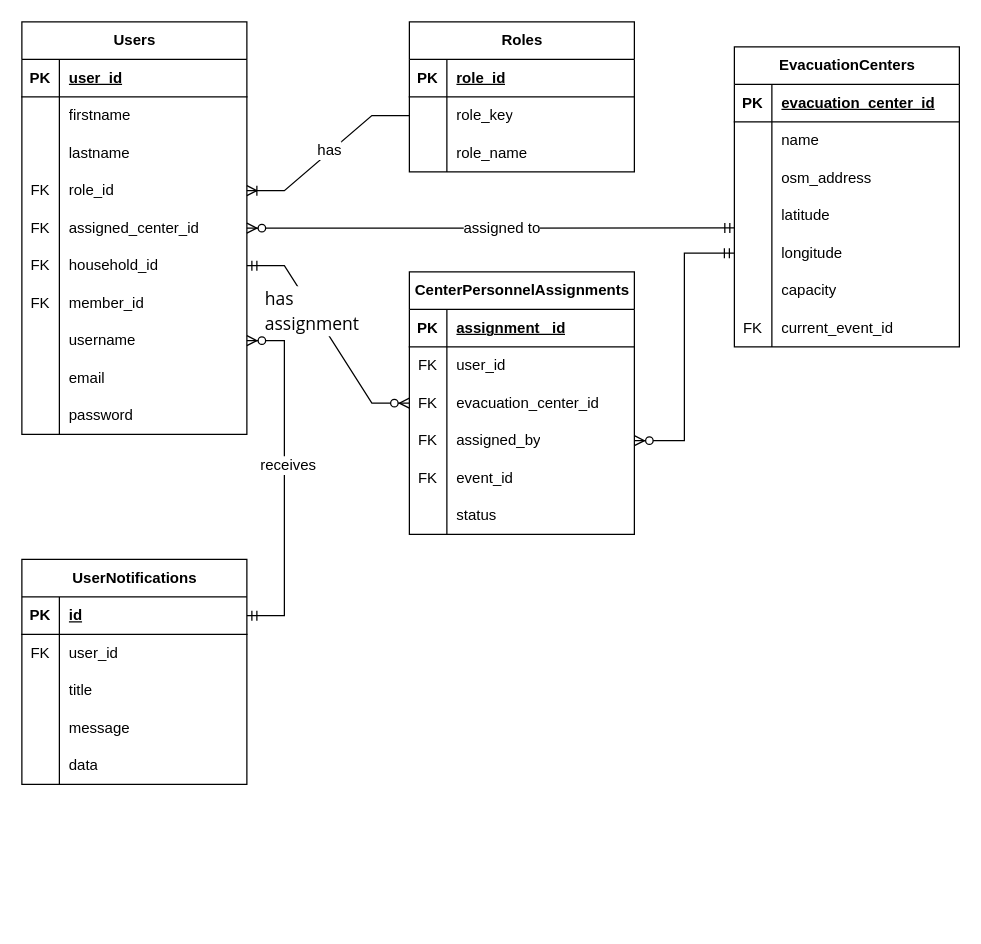
Earlier version of the draw.io diagram page "ERD" (3 of 3) of docs/sys.drawio (klint-droid/EvaTrack). Source tidied: cells renumbered, new cells numbered last; positions are measured from the earlier drawing's top-left corner, leaving out a move shared by most shapes. Both pictures are drawn from the tidied source at 125%, with x=0, y=0 at pixel (21, 21).
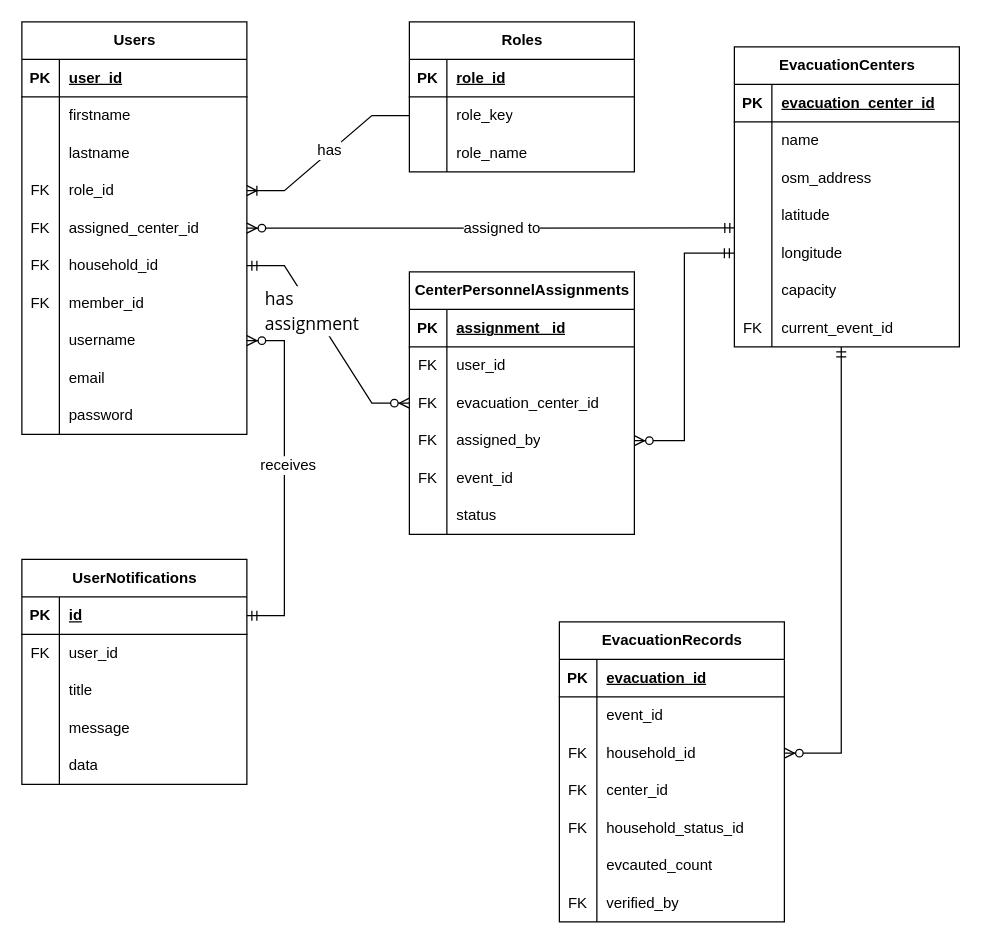
The same page after the edit.

Unchanged cells that the change refers to:
```xml
<mxCell id="103" style="shape=tableRow;horizontal=0;startSize=0;swimlaneHead=0;swimlaneBody=0;fillColor=none;points=[[0,0.5],[1,0.5]];portConstraint=eastwest;top=0;left=0;right=0;bottom=0;" parent="84" vertex="1">
  <mxGeometry y="210" width="180" height="30" as="geometry" />
</mxCell>
```

What changed in the source:
```diff
@@
+    <mxCell id="109" value="EvacuationRecords" style="shape=table;startSize=30;childLayout=tableLayout;rowLines=0;fontStyle=1;align=center;html=1;" parent="1" vertex="1">
+      <mxGeometry x="430" y="480" width="180" height="240" as="geometry" />
+    </mxCell>
+    <mxCell id="110" style="shape=tableRow;horizontal=0;startSize=0;swimlaneHead=0;swimlaneBody=0;fillColor=none;top=0;left=0;right=0;bottom=1;" parent="109" vertex="1">
+      <mxGeometry y="30" width="180" height="30" as="geometry" />
+    </mxCell>
+    <mxCell id="111" value="PK" style="shape=partialRectangle;fillColor=none;top=0;left=0;bottom=0;right=0;fontStyle=1;overflow=hidden;whiteSpace=wrap;html=1;" parent="110" vertex="1">
+      <mxGeometry width="30" height="30" as="geometry" />
+    </mxCell>
+    <mxCell id="112" value="evacuation_id" style="shape=partialRectangle;fillColor=none;top=0;left=0;bottom=0;right=0;align=left;spacingLeft=6;fontStyle=5;overflow=hidden;whiteSpace=wrap;html=1;" parent="110" vertex="1">
+      <mxGeometry x="30" width="150" height="30" as="geometry" />
+    </mxCell>
+    <mxCell id="113" style="shape=tableRow;horizontal=0;startSize=0;swimlaneHead=0;swimlaneBody=0;fillColor=none;top=0;left=0;right=0;bottom=0;" parent="109" vertex="1">
+      <mxGeometry y="60" width="180" height="30" as="geometry" />
+    </mxCell>
+    <mxCell id="114" style="shape=partialRectangle;fillColor=none;top=0;left=0;bottom=0;right=0;overflow=hidden;whiteSpace=wrap;html=1;" parent="113" vertex="1">
+      <mxGeometry width="30" height="30" as="geometry" />
+    </mxCell>
+    <mxCell id="115" value="event_id" style="shape=partialRectangle;fillColor=none;top=0;left=0;bottom=0;right=0;align=left;spacingLeft=6;overflow=hidden;whiteSpace=wrap;html=1;" parent="113" vertex="1">
+      <mxGeometry x="30" width="150" height="30" as="geometry" />
+    </mxCell>
+    <mxCell id="116" style="shape=tableRow;horizontal=0;startSize=0;swimlaneHead=0;swimlaneBody=0;fillColor=none;points=[[0,0.5],[1,0.5]];portConstraint=eastwest;top=0;left=0;right=0;bottom=0;" parent="109" vertex="1">
+      <mxGeometry y="90" width="180" height="30" as="geometry" />
+    </mxCell>
+    <mxCell id="117" value="FK" style="shape=partialRectangle;fillColor=none;top=0;left=0;bottom=0;right=0;overflow=hidden;whiteSpace=wrap;html=1;" parent="116" vertex="1">
+      <mxGeometry width="30" height="30" as="geometry" />
+    </mxCell>
+    <mxCell id="118" value="household_id" style="shape=partialRectangle;fillColor=none;top=0;left=0;bottom=0;right=0;align=left;spacingLeft=6;overflow=hidden;whiteSpace=wrap;html=1;" parent="116" vertex="1">
+      <mxGeometry x="30" width="150" height="30" as="geometry" />
+    </mxCell>
+    <mxCell id="119" style="shape=tableRow;horizontal=0;startSize=0;swimlaneHead=0;swimlaneBody=0;fillColor=none;top=0;left=0;right=0;bottom=0;" parent="109" vertex="1">
+      <mxGeometry y="120" width="180" height="30" as="geometry" />
+    </mxCell>
+    <mxCell id="120" value="FK" style="shape=partialRectangle;fillColor=none;top=0;left=0;bottom=0;right=0;overflow=hidden;whiteSpace=wrap;html=1;" parent="119" vertex="1">
+      <mxGeometry width="30" height="30" as="geometry" />
+    </mxCell>
+    <mxCell id="121" value="center_id" style="shape=partialRectangle;fillColor=none;top=0;left=0;bottom=0;right=0;align=left;spacingLeft=6;overflow=hidden;whiteSpace=wrap;html=1;" parent="119" vertex="1">
+      <mxGeometry x="30" width="150" height="30" as="geometry" />
+    </mxCell>
+    <mxCell id="122" style="shape=tableRow;horizontal=0;startSize=0;swimlaneHead=0;swimlaneBody=0;fillColor=none;top=0;left=0;right=0;bottom=0;" parent="109" vertex="1">
+      <mxGeometry y="150" width="180" height="30" as="geometry" />
+    </mxCell>
+    <mxCell id="123" value="FK" style="shape=partialRectangle;fillColor=none;top=0;left=0;bottom=0;right=0;overflow=hidden;whiteSpace=wrap;html=1;" parent="122" vertex="1">
+      <mxGeometry width="30" height="30" as="geometry" />
+    </mxCell>
+    <mxCell id="124" value="household_status_id" style="shape=partialRectangle;fillColor=none;top=0;left=0;bottom=0;right=0;align=left;spacingLeft=6;overflow=hidden;whiteSpace=wrap;html=1;" parent="122" vertex="1">
+      <mxGeometry x="30" width="150" height="30" as="geometry" />
+    </mxCell>
+    <mxCell id="125" style="shape=tableRow;horizontal=0;startSize=0;swimlaneHead=0;swimlaneBody=0;fillColor=none;top=0;left=0;right=0;bottom=0;" parent="109" vertex="1">
+      <mxGeometry y="180" width="180" height="30" as="geometry" />
+    </mxCell>
+    <mxCell id="126" style="shape=partialRectangle;fillColor=none;top=0;left=0;bottom=0;right=0;overflow=hidden;whiteSpace=wrap;html=1;" parent="125" vertex="1">
+      <mxGeometry width="30" height="30" as="geometry" />
+    </mxCell>
+    <mxCell id="127" value="evcauted_count" style="shape=partialRectangle;fillColor=none;top=0;left=0;bottom=0;right=0;align=left;spacingLeft=6;overflow=hidden;whiteSpace=wrap;html=1;" parent="125" vertex="1">
+      <mxGeometry x="30" width="150" height="30" as="geometry" />
+    </mxCell>
+    <mxCell id="128" style="shape=tableRow;horizontal=0;startSize=0;swimlaneHead=0;swimlaneBody=0;fillColor=none;top=0;left=0;right=0;bottom=0;" parent="109" vertex="1">
+      <mxGeometry y="210" width="180" height="30" as="geometry" />
+    </mxCell>
+    <mxCell id="129" value="FK" style="shape=partialRectangle;fillColor=none;top=0;left=0;bottom=0;right=0;overflow=hidden;whiteSpace=wrap;html=1;" parent="128" vertex="1">
+      <mxGeometry width="30" height="30" as="geometry" />
+    </mxCell>
+    <mxCell id="130" value="verified_by" style="shape=partialRectangle;fillColor=none;top=0;left=0;bottom=0;right=0;align=left;spacingLeft=6;overflow=hidden;whiteSpace=wrap;html=1;" parent="128" vertex="1">
+      <mxGeometry x="30" width="150" height="30" as="geometry" />
+    </mxCell>
+    <mxCell id="131" style="fontSize=12;html=1;endArrow=ERzeroToMany;startArrow=ERmandOne;rounded=0;defaultLabelBackgroundColor=page;labelPadding=0 4;edgeStyle=orthogonalEdgeStyle;exitX=0.475;exitY=1;exitDx=0;exitDy=0;exitPerimeter=0;entryX=1;entryY=0.5;entryDx=0;entryDy=0;" parent="1" edge="1" source="103" target="116">
+      <mxGeometry x="0.14" relative="1" as="geometry">
+        <Array as="points">
+          <mxPoint x="655.5" y="585" />
+        </Array>
+      </mxGeometry>
+    </mxCell>
```
